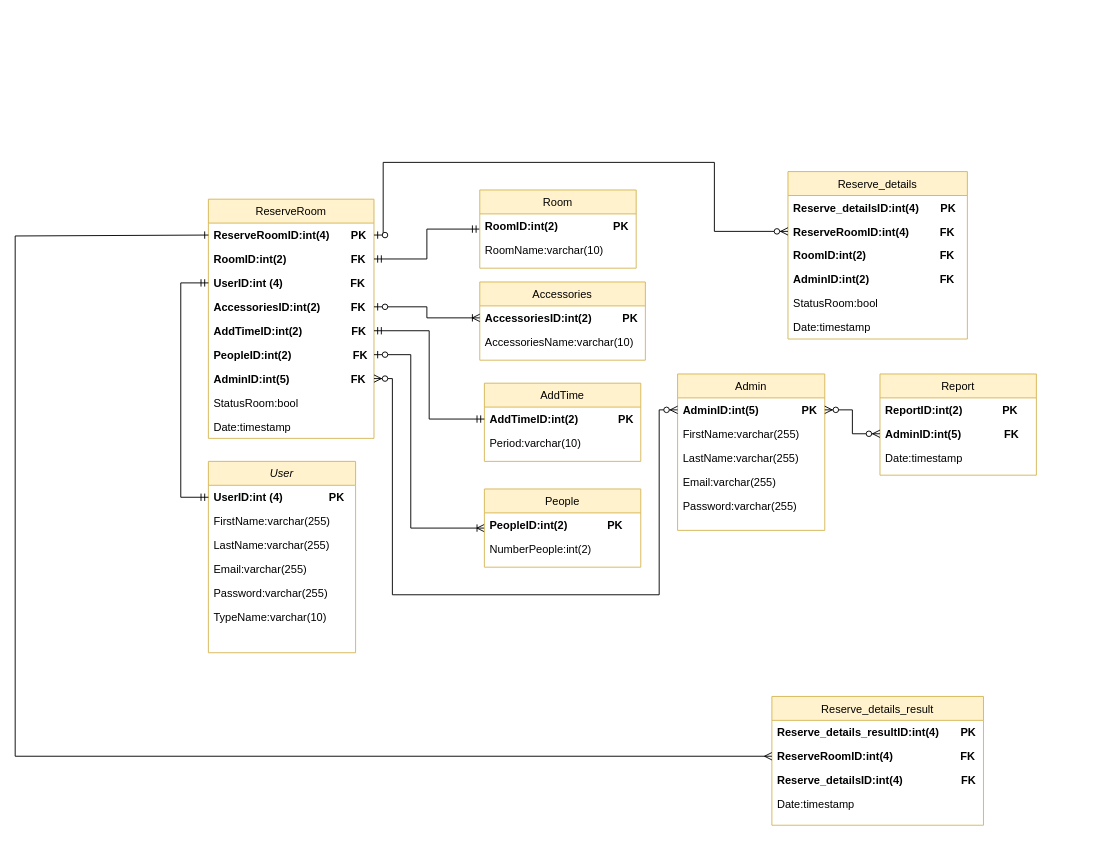
Earlier version of the draw.io diagram Untitled Diagram.drawio (KawwalinJaiphet/AAA). Source tidied: cells renumbered, new cells numbered last; positions are measured from the earlier drawing's top-left corner, leaving out a move shared by most shapes. Both pictures are drawn from the tidied source at 92%, with x=0, y=0 at pixel (15, 162).
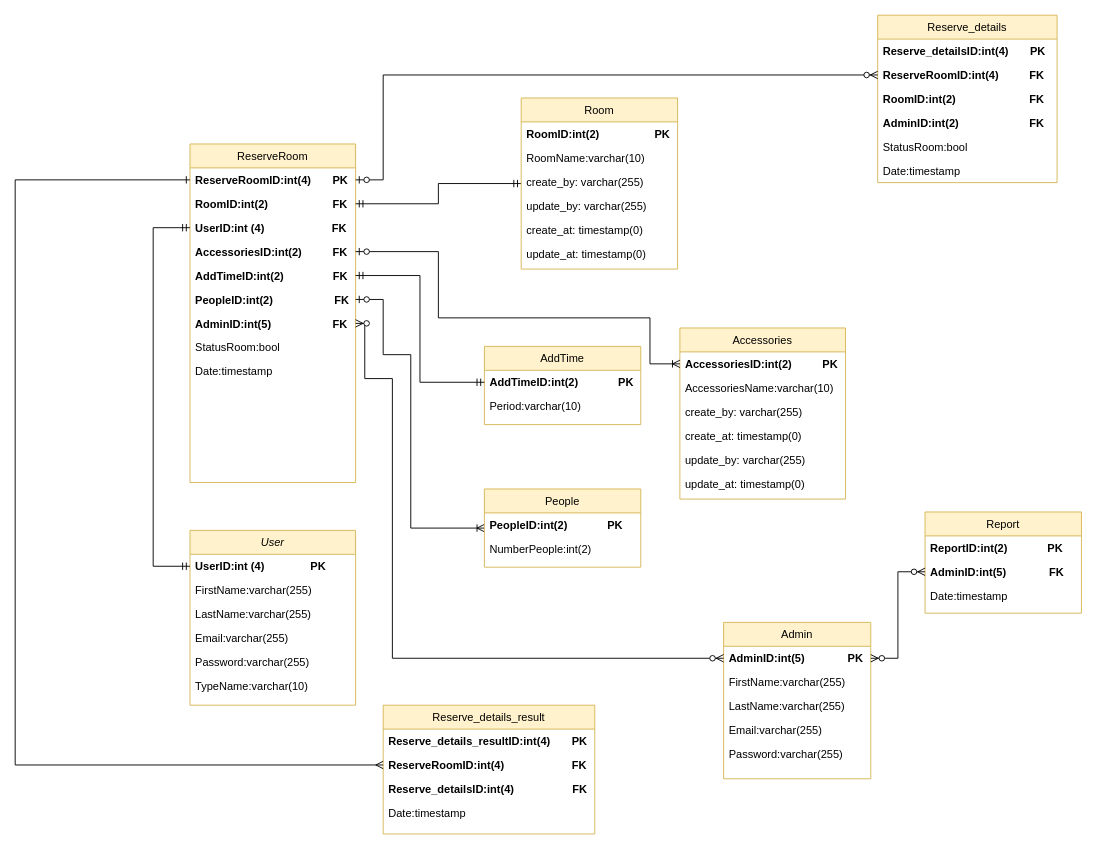
The same diagram, later.

The change refers to these unchanged cells:
```xml
<mxCell id="10" value="AdminID:int(5)              PK" style="text;align=left;verticalAlign=top;spacingLeft=4;spacingRight=4;overflow=hidden;points=[[0,0.5],[1,0.5]];portConstraint=eastwest;fontStyle=1;" parent="9" vertex="1">
  <mxGeometry y="26" width="160" height="26" as="geometry" />
</mxCell>
<mxCell id="16" value="ReserveRoomID:int(4)       PK" style="text;align=left;verticalAlign=top;spacingLeft=4;spacingRight=4;overflow=hidden;points=[[0,0.5],[1,0.5]];portConstraint=eastwest;fontStyle=1;" parent="15" vertex="1">
  <mxGeometry y="26" width="180" height="26" as="geometry" />
</mxCell>
<mxCell id="18" value="UserID:int (4)                      FK" style="text;align=left;verticalAlign=top;spacingLeft=4;spacingRight=4;overflow=hidden;points=[[0,0.5],[1,0.5]];portConstraint=eastwest;fontStyle=1;" parent="15" vertex="1">
  <mxGeometry y="78" width="180" height="26" as="geometry" />
</mxCell>
<mxCell id="19" value="AccessoriesID:int(2)          FK" style="text;align=left;verticalAlign=top;spacingLeft=4;spacingRight=4;overflow=hidden;points=[[0,0.5],[1,0.5]];portConstraint=eastwest;fontStyle=1;" parent="15" vertex="1">
  <mxGeometry y="104" width="180" height="26" as="geometry" />
</mxCell>
<mxCell id="21" value="PeopleID:int(2)                    FK" style="text;align=left;verticalAlign=top;spacingLeft=4;spacingRight=4;overflow=hidden;points=[[0,0.5],[1,0.5]];portConstraint=eastwest;fontStyle=1;" parent="15" vertex="1">
  <mxGeometry y="156" width="180" height="26" as="geometry" />
</mxCell>
<mxCell id="22" value="AdminID:int(5)                    FK" style="text;align=left;verticalAlign=top;spacingLeft=4;spacingRight=4;overflow=hidden;points=[[0,0.5],[1,0.5]];portConstraint=eastwest;fontStyle=1;" parent="15" vertex="1">
  <mxGeometry y="182" width="180" height="26" as="geometry" />
</mxCell>
<mxCell id="30" value="AccessoriesID:int(2)          PK" style="text;align=left;verticalAlign=top;spacingLeft=4;spacingRight=4;overflow=hidden;points=[[0,0.5],[1,0.5]];portConstraint=eastwest;fontStyle=1;" parent="29" vertex="1">
  <mxGeometry y="26" width="180" height="26" as="geometry" />
</mxCell>
<mxCell id="36" value="People" style="swimlane;fontStyle=0;align=center;verticalAlign=top;horizontal=1;startSize=26;rounded=0;shadow=0;strokeWidth=1;fillColor=#fff2cc;strokeColor=#d6b656;" parent="1" vertex="1">
  <mxGeometry x="510" y="355" width="170" height="85" as="geometry" />
</mxCell>
<mxCell id="41" value="ReserveRoomID:int(4)          FK" style="text;align=left;verticalAlign=top;spacingLeft=4;spacingRight=4;overflow=hidden;points=[[0,0.5],[1,0.5]];portConstraint=eastwest;fontStyle=1;" parent="39" vertex="1">
  <mxGeometry y="52" width="195" height="26" as="geometry" />
</mxCell>
<mxCell id="48" value="ReserveRoomID:int(4)                      FK" style="text;align=left;verticalAlign=top;spacingLeft=4;spacingRight=4;overflow=hidden;points=[[0,0.5],[1,0.5]];portConstraint=eastwest;fontStyle=1;" parent="46" vertex="1">
  <mxGeometry y="52" width="230" height="26" as="geometry" />
</mxCell>
```

What changed in the source:
```diff
@@
     <mxCell id="2" value="User" style="swimlane;fontStyle=2;align=center;verticalAlign=top;horizontal=1;startSize=26;rounded=0;shadow=0;strokeWidth=1;fillColor=#fff2cc;strokeColor=#d6b656;" parent="1" vertex="1">
-      <mxGeometry x="210" y="325" width="160" height="208" as="geometry" />
+      <mxGeometry x="190" y="400" width="180" height="190" as="geometry" />
     </mxCell>
     <mxCell id="3" value="UserID:int (4)               PK" style="text;align=left;verticalAlign=top;spacingLeft=4;spacingRight=4;overflow=hidden;points=[[0,0.5],[1,0.5]];portConstraint=eastwest;fontStyle=1;" parent="2" vertex="1">
-      <mxGeometry y="26" width="160" height="26" as="geometry" />
+      <mxGeometry y="26" width="180" height="26" as="geometry" />
     </mxCell>
     <mxCell id="4" value="FirstName:varchar(255)" style="text;align=left;verticalAlign=top;spacingLeft=4;spacingRight=4;overflow=hidden;rounded=0;shadow=0;html=0;" parent="2" vertex="1">
-      <mxGeometry y="52" width="160" height="26" as="geometry" />
+      <mxGeometry y="52" width="180" height="26" as="geometry" />
     </mxCell>
     <mxCell id="5" value="LastName:varchar(255)" style="text;align=left;verticalAlign=top;spacingLeft=4;spacingRight=4;overflow=hidden;rounded=0;shadow=0;html=0;" parent="2" vertex="1">
-      <mxGeometry y="78" width="160" height="26" as="geometry" />
+      <mxGeometry y="78" width="180" height="26" as="geometry" />
     </mxCell>
     <mxCell id="6" value="Email:varchar(255)" style="text;align=left;verticalAlign=top;spacingLeft=4;spacingRight=4;overflow=hidden;rounded=0;shadow=0;html=0;" parent="2" vertex="1">
-      <mxGeometry y="104" width="160" height="26" as="geometry" />
+      <mxGeometry y="104" width="180" height="26" as="geometry" />
     </mxCell>
     <mxCell id="7" value="Password:varchar(255)" style="text;align=left;verticalAlign=top;spacingLeft=4;spacingRight=4;overflow=hidden;rounded=0;shadow=0;html=0;" parent="2" vertex="1">
-      <mxGeometry y="130" width="160" height="26" as="geometry" />
+      <mxGeometry y="130" width="180" height="26" as="geometry" />
     </mxCell>
     <mxCell id="8" value="TypeName:varchar(10)" style="text;align=left;verticalAlign=top;spacingLeft=4;spacingRight=4;overflow=hidden;rounded=0;shadow=0;html=0;" parent="2" vertex="1">
-      <mxGeometry y="156" width="160" height="26" as="geometry" />
+      <mxGeometry y="156" width="180" height="26" as="geometry" />
     </mxCell>
     <mxCell id="9" value="Admin" style="swimlane;fontStyle=0;align=center;verticalAlign=top;horizontal=1;startSize=26;rounded=0;shadow=0;strokeWidth=1;fillColor=#fff2cc;strokeColor=#d6b656;" parent="1" vertex="1">
-      <mxGeometry x="720" y="230" width="160" height="170" as="geometry" />
+      <mxGeometry x="770" y="500" width="160" height="170" as="geometry" />
     </mxCell>
@@
     <mxCell id="15" value="ReserveRoom" style="swimlane;fontStyle=0;align=center;verticalAlign=top;horizontal=1;startSize=26;rounded=0;shadow=0;strokeWidth=1;fillColor=#fff2cc;strokeColor=#d6b656;" parent="1" vertex="1">
-      <mxGeometry x="210" y="40" width="180" height="260" as="geometry" />
+      <mxGeometry x="190" y="-20" width="180" height="368" as="geometry" />
     </mxCell>
@@
     <mxCell id="26" value="Room" style="swimlane;fontStyle=0;align=center;verticalAlign=top;horizontal=1;startSize=26;rounded=0;shadow=0;strokeWidth=1;fillColor=#fff2cc;strokeColor=#d6b656;" parent="1" vertex="1">
-      <mxGeometry x="505" y="30" width="170" height="85" as="geometry" />
+      <mxGeometry x="550" y="-70" width="170" height="186" as="geometry" />
     </mxCell>
@@
+    <mxCell id="62" value="create_by: varchar(255)" style="text;strokeColor=none;fillColor=none;align=left;verticalAlign=top;spacingLeft=4;spacingRight=4;overflow=hidden;" parent="26" vertex="1">
+      <mxGeometry y="78" width="170" height="26" as="geometry" />
+    </mxCell>
+    <mxCell id="63" value="update_by: varchar(255)" style="text;strokeColor=none;fillColor=none;align=left;verticalAlign=top;spacingLeft=4;spacingRight=4;overflow=hidden;" parent="26" vertex="1">
+      <mxGeometry y="104" width="170" height="26" as="geometry" />
+    </mxCell>
+    <mxCell id="64" value="create_at: timestamp(0)" style="text;strokeColor=none;fillColor=none;align=left;verticalAlign=top;spacingLeft=4;spacingRight=4;overflow=hidden;" parent="26" vertex="1">
+      <mxGeometry y="130" width="170" height="26" as="geometry" />
+    </mxCell>
+    <mxCell id="65" value="update_at: timestamp(0)" style="text;strokeColor=none;fillColor=none;align=left;verticalAlign=top;spacingLeft=4;spacingRight=4;overflow=hidden;" parent="26" vertex="1">
+      <mxGeometry y="156" width="170" height="30" as="geometry" />
+    </mxCell>
     <mxCell id="29" value="Accessories" style="swimlane;fontStyle=0;align=center;verticalAlign=top;horizontal=1;startSize=26;rounded=0;shadow=0;strokeWidth=1;fillColor=#fff2cc;strokeColor=#d6b656;" parent="1" vertex="1">
-      <mxGeometry x="505" y="130" width="180" height="85" as="geometry" />
+      <mxGeometry x="722.5" y="180" width="180" height="186" as="geometry" />
     </mxCell>
@@
+    <mxCell id="66" value="create_by: varchar(255)" style="text;strokeColor=none;fillColor=none;align=left;verticalAlign=top;spacingLeft=4;spacingRight=4;overflow=hidden;" parent="29" vertex="1">
+      <mxGeometry y="78" width="180" height="26" as="geometry" />
+    </mxCell>
+    <mxCell id="67" value="create_at: timestamp(0)" style="text;strokeColor=none;fillColor=none;align=left;verticalAlign=top;spacingLeft=4;spacingRight=4;overflow=hidden;" parent="29" vertex="1">
+      <mxGeometry y="104" width="180" height="26" as="geometry" />
+    </mxCell>
+    <mxCell id="68" value="update_by: varchar(255)" style="text;strokeColor=none;fillColor=none;align=left;verticalAlign=top;spacingLeft=4;spacingRight=4;overflow=hidden;" parent="29" vertex="1">
+      <mxGeometry y="130" width="180" height="26" as="geometry" />
+    </mxCell>
+    <mxCell id="69" value="update_at: timestamp(0)" style="text;strokeColor=none;fillColor=none;align=left;verticalAlign=top;spacingLeft=4;spacingRight=4;overflow=hidden;" parent="29" vertex="1">
+      <mxGeometry y="156" width="180" height="30" as="geometry" />
+    </mxCell>
     <mxCell id="32" value="AddTime" style="swimlane;fontStyle=0;align=center;verticalAlign=top;horizontal=1;startSize=26;rounded=0;shadow=0;strokeWidth=1;fillColor=#fff2cc;strokeColor=#d6b656;" parent="1" vertex="1">
-      <mxGeometry x="510" y="240" width="170" height="85" as="geometry" />
+      <mxGeometry x="510" y="200" width="170" height="85" as="geometry" />
     </mxCell>
@@
     <mxCell id="35" style="edgeStyle=orthogonalEdgeStyle;rounded=0;jettySize=auto;html=1;entryX=1;entryY=0.5;entryDx=0;entryDy=0;startArrow=ERoneToMany;startFill=0;endArrow=ERzeroToOne;endFill=1;" parent="1" edge="1" source="36" target="21">
       <mxGeometry relative="1" as="geometry">
         <Array as="points">
-          <mxPoint x="430" y="397" />
+          <mxPoint x="430" y="398" />
           <mxPoint x="430" y="209" />
+          <mxPoint x="400" y="209" />
+          <mxPoint x="400" y="149" />
         </Array>
       </mxGeometry>
     </mxCell>
@@
     <mxCell id="39" value="Reserve_details" style="swimlane;fontStyle=0;align=center;verticalAlign=top;horizontal=1;startSize=26;rounded=0;shadow=0;strokeWidth=1;fillColor=#fff2cc;strokeColor=#d6b656;" parent="1" vertex="1">
-      <mxGeometry x="840" y="10" width="195" height="182" as="geometry" />
+      <mxGeometry x="937.5" y="-160" width="195" height="182" as="geometry" />
     </mxCell>
@@
     <mxCell id="46" value="Reserve_details_result" style="swimlane;fontStyle=0;align=center;verticalAlign=top;horizontal=1;startSize=26;rounded=0;shadow=0;strokeWidth=1;fillColor=#fff2cc;strokeColor=#d6b656;" parent="1" vertex="1">
-      <mxGeometry x="822.5" y="580.5" width="230" height="140" as="geometry" />
+      <mxGeometry x="400" y="590" width="230" height="140" as="geometry" />
     </mxCell>
@@
     <mxCell id="51" value="Report" style="swimlane;fontStyle=0;align=center;verticalAlign=top;horizontal=1;startSize=26;rounded=0;shadow=0;strokeWidth=1;fillColor=#fff2cc;strokeColor=#d6b656;" parent="1" vertex="1">
-      <mxGeometry x="940" y="230" width="170" height="110" as="geometry" />
+      <mxGeometry x="989" y="380" width="170" height="110" as="geometry" />
     </mxCell>
@@
     <mxCell id="55" style="edgeStyle=orthogonalEdgeStyle;rounded=0;jettySize=auto;html=1;entryX=0;entryY=0.5;entryDx=0;entryDy=0;startArrow=ERmandOne;startFill=0;endArrow=ERmandOne;endFill=0;exitX=0;exitY=0.5;exitDx=0;exitDy=0;" parent="1" edge="1" source="3" target="18">
       <mxGeometry relative="1" as="geometry">
         <Array as="points">
-          <mxPoint x="180" y="364" />
-          <mxPoint x="180" y="131" />
+          <mxPoint x="150" y="439" />
+          <mxPoint x="150" y="71" />
         </Array>
       </mxGeometry>
     </mxCell>
     <mxCell id="56" style="edgeStyle=orthogonalEdgeStyle;rounded=0;jettySize=auto;html=1;entryX=1;entryY=0.5;entryDx=0;entryDy=0;startArrow=ERoneToMany;startFill=0;endArrow=ERzeroToOne;endFill=1;" parent="1" edge="1" source="30" target="19">
-      <mxGeometry relative="1" as="geometry" />
+      <mxGeometry relative="1" as="geometry">
+        <Array as="points">
+          <mxPoint x="690" y="219" />
+          <mxPoint x="690" y="169" />
+          <mxPoint x="460" y="169" />
+          <mxPoint x="460" y="97" />
+        </Array>
+      </mxGeometry>
     </mxCell>
@@
     <mxCell id="58" style="edgeStyle=orthogonalEdgeStyle;rounded=0;jettySize=auto;html=1;entryX=0;entryY=0.5;entryDx=0;entryDy=0;endArrow=ERzeroToMany;endFill=1;startArrow=ERzeroToOne;startFill=1;" parent="1" edge="1" source="16" target="41">
       <mxGeometry relative="1" as="geometry">
         <Array as="points">
-          <mxPoint x="400" y="79" />
-          <mxPoint x="400" />
-          <mxPoint x="760" />
-          <mxPoint x="760" y="75" />
+          <mxPoint x="400" y="19" />
+          <mxPoint x="400" y="-95" />
         </Array>
       </mxGeometry>
     </mxCell>
     <mxCell id="59" style="edgeStyle=orthogonalEdgeStyle;rounded=0;jettySize=auto;html=1;entryX=1;entryY=0.5;entryDx=0;entryDy=0;exitX=0;exitY=0.5;exitDx=0;exitDy=0;startArrow=ERzeroToMany;startFill=1;endArrow=ERzeroToMany;endFill=1;" parent="1" edge="1" source="10" target="22">
       <mxGeometry relative="1" as="geometry">
         <Array as="points">
-          <mxPoint x="700" y="269" />
-          <mxPoint x="700" y="470" />
-          <mxPoint x="410" y="470" />
+          <mxPoint x="410" y="539" />
           <mxPoint x="410" y="235" />
+          <mxPoint x="380" y="235" />
+          <mxPoint x="380" y="175" />
         </Array>
       </mxGeometry>
     </mxCell>
     <mxCell id="60" style="edgeStyle=orthogonalEdgeStyle;rounded=0;jettySize=auto;html=1;entryX=0;entryY=0.5;entryDx=0;entryDy=0;exitX=0;exitY=0.5;exitDx=0;exitDy=0;startArrow=ERone;startFill=0;endArrow=ERmany;endFill=0;" parent="1" edge="1" source="16" target="48">
       <mxGeometry relative="1" as="geometry">
         <Array as="points">
-          <mxPoint y="80" />
-          <mxPoint y="646" />
+          <mxPoint y="19" />
+          <mxPoint y="655" />
         </Array>
       </mxGeometry>
     </mxCell>
```
